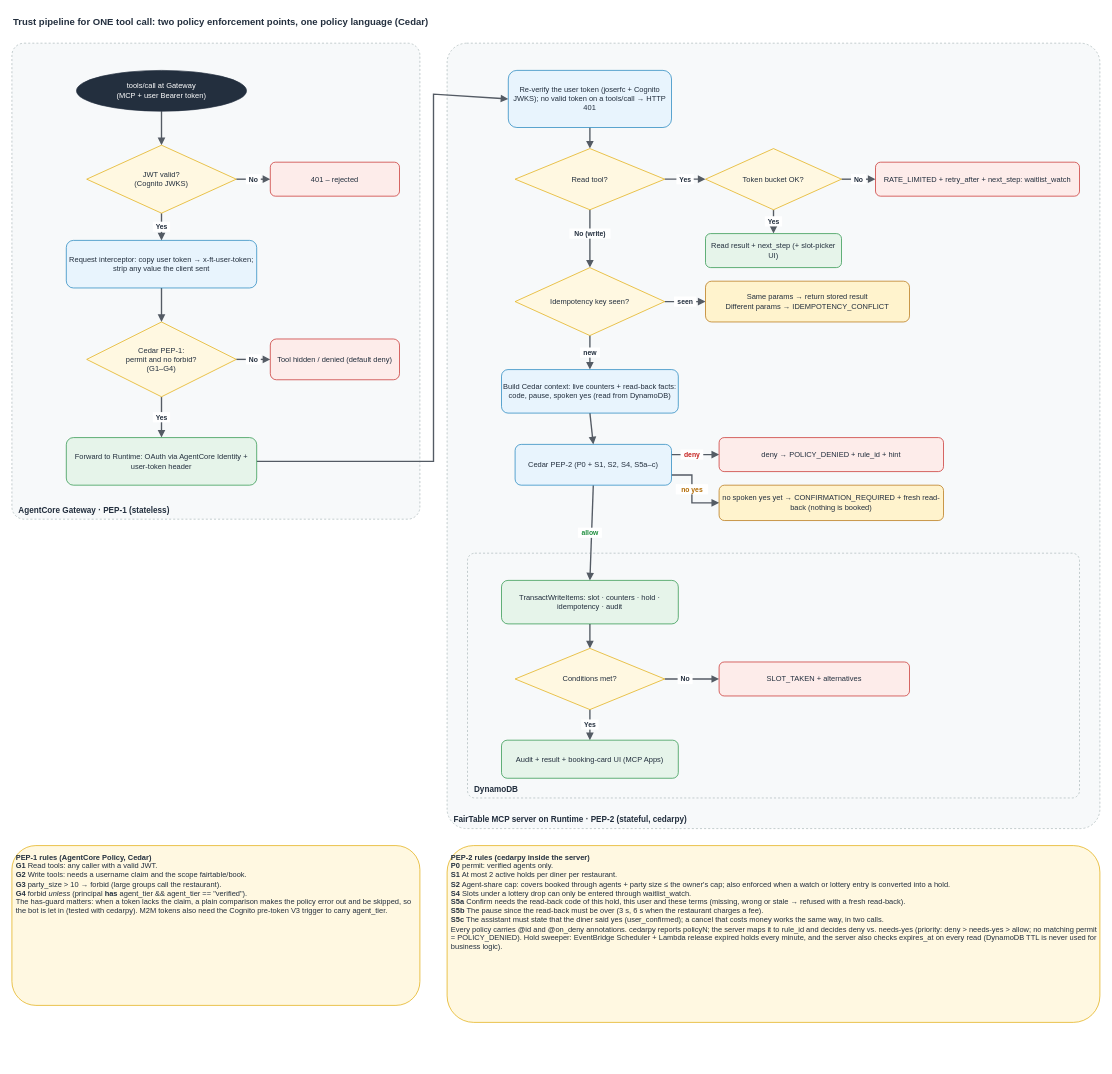
The draw.io diagram page "1. Trust pipeline (2 PEPs)" (1 of 4) of docs/fairtable-flows (1).drawio in thphuc06/FairTable, before the edit. Source tidied: cells renumbered, new cells numbered last; positions are measured from the earlier drawing's top-left corner, leaving out a move shared by most shapes. Both pictures are drawn from the tidied source at 68%, with x=0, y=0 at pixel (12, 12).
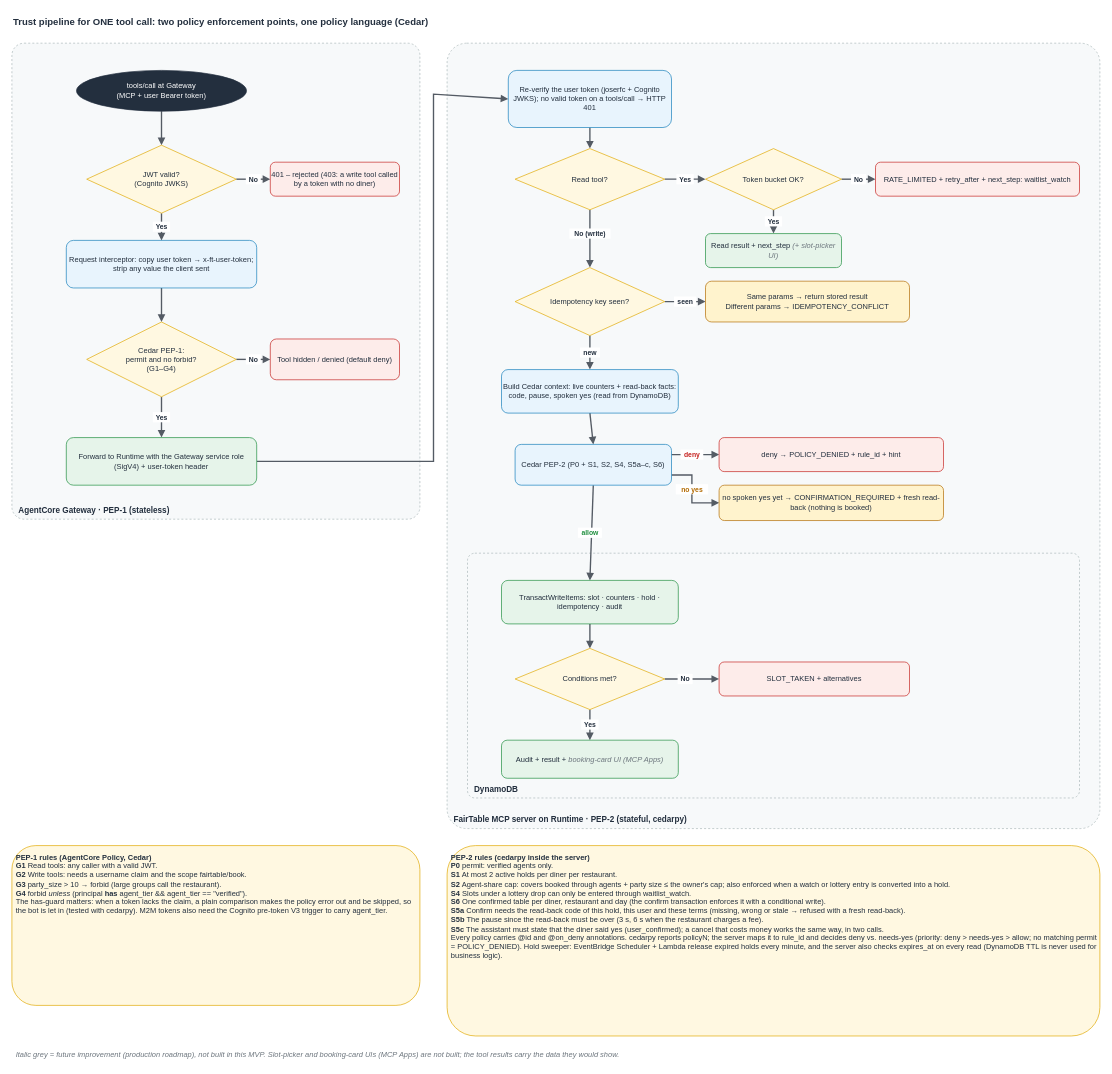
The same diagram, later.

Commit message (it also covers changes not shown here):
Diagrams: mark future improvements and fix stale facts; record the Nova Lite cost correction

The edit, as a diff of the source:
```diff
@@
-    <mxCell id="29" value="401 – rejected" style="rounded=1;whiteSpace=wrap;html=1;fillColor=#FDECEA;strokeColor=#C5221F;fontSize=11;fontColor=#232F3E;" parent="1" vertex="1">
+    <mxCell id="29" value="401 – rejected (403: a write tool called by a token with no diner)" style="rounded=1;whiteSpace=wrap;html=1;fillColor=#FDECEA;strokeColor=#C5221F;fontSize=11;fontColor=#232F3E;" parent="1" vertex="1">
       <mxGeometry x="380" y="221" width="190" height="50" as="geometry" />
     </mxCell>
@@
-    <mxCell id="33" value="Forward to Runtime: OAuth via AgentCore Identity + user-token header" style="rounded=1;whiteSpace=wrap;html=1;fillColor=#E6F4EA;strokeColor=#1E8E3E;fontSize=11;fontColor=#232F3E;" parent="1" vertex="1">
+    <mxCell id="33" value="Forward to Runtime with the Gateway service role (SigV4) + user-token header" style="rounded=1;whiteSpace=wrap;html=1;fillColor=#E6F4EA;strokeColor=#1E8E3E;fontSize=11;fontColor=#232F3E;" parent="1" vertex="1">
       <mxGeometry x="80" y="626" width="280" height="70" as="geometry" />
     </mxCell>
@@
-    <mxCell id="38" value="Read result + next_step (+ slot-picker UI)" style="rounded=1;whiteSpace=wrap;html=1;fillColor=#E6F4EA;strokeColor=#1E8E3E;fontSize=11;fontColor=#232F3E;" parent="1" vertex="1">
+    <mxCell id="38" value="Read result + next_step &lt;i style=&quot;color:#6C757D;&quot;&gt;(+ slot-picker UI)&lt;/i&gt;" style="rounded=1;whiteSpace=wrap;html=1;fillColor=#E6F4EA;strokeColor=#1E8E3E;fontSize=11;fontColor=#232F3E;" parent="1" vertex="1">
       <mxGeometry x="1020" y="326" width="200" height="50" as="geometry" />
     </mxCell>
@@
-    <mxCell id="42" value="Cedar PEP-2 (P0 + S1, S2, S4, S5a–c)" style="rounded=1;whiteSpace=wrap;html=1;fillColor=#E8F4FD;strokeColor=#147EBA;fontSize=11;fontColor=#232F3E;" parent="1" vertex="1">
+    <mxCell id="42" value="Cedar PEP-2 (P0 + S1, S2, S4, S5a–c, S6)" style="rounded=1;whiteSpace=wrap;html=1;fillColor=#E8F4FD;strokeColor=#147EBA;fontSize=11;fontColor=#232F3E;" parent="1" vertex="1">
       <mxGeometry x="740" y="636" width="230" height="60" as="geometry" />
     </mxCell>
@@
-    <mxCell id="48" value="Audit + result + booking-card UI (MCP Apps)" style="rounded=1;whiteSpace=wrap;html=1;fillColor=#E6F4EA;strokeColor=#1E8E3E;fontSize=11;fontColor=#232F3E;" parent="1" vertex="1">
+    <mxCell id="48" value="Audit + result + &lt;i style=&quot;color:#6C757D;&quot;&gt;booking-card UI (MCP Apps)&lt;/i&gt;" style="rounded=1;whiteSpace=wrap;html=1;fillColor=#E6F4EA;strokeColor=#1E8E3E;fontSize=11;fontColor=#232F3E;" parent="1" vertex="1">
       <mxGeometry x="720" y="1071" width="260" height="56" as="geometry" />
     </mxCell>
@@
-    <mxCell id="50" value="&lt;b&gt;PEP-2 rules (cedarpy inside the server)&lt;/b&gt;&lt;br&gt;&lt;b&gt;P0&lt;/b&gt; permit: verified agents only.&lt;br&gt;&lt;b&gt;S1&lt;/b&gt; At most 2 active holds per diner per restaurant.&lt;br&gt;&lt;b&gt;S2&lt;/b&gt; Agent-share cap: covers booked through agents + party size ≤ the owner's cap; also enforced when a watch or lottery entry is converted into a hold.&lt;br&gt;&lt;b&gt;S4&lt;/b&gt; Slots under a lottery drop can only be entered through waitlist_watch.&lt;br&gt;&lt;b&gt;S5a&lt;/b&gt; Confirm needs the read-back code of this hold, this user and these terms (missing, wrong or stale → refused with a fresh read-back).&lt;br&gt;&lt;b&gt;S5b&lt;/b&gt; The pause since the read-back must be over (3 s, 6 s when the restaurant charges a fee).&lt;br&gt;&lt;b&gt;S5c&lt;/b&gt; The assistant must state that the diner said yes (user_confirmed); a cancel that costs money works the same way, in two calls.&lt;br&gt;Every policy carries @id and @on_deny annotations. cedarpy reports policyN; the server maps it to rule_id and decides deny vs. needs-yes (priority: deny &amp;gt; needs-yes &amp;gt; allow; no matching permit = POLICY_DENIED). Hold sweeper: EventBridge Scheduler + Lambda release expired holds every minute, and the server also checks expires_at on every read (DynamoDB TTL is never used for business logic)." style="text;html=1;whiteSpace=wrap;align=left;verticalAlign=top;fontSize=11;spacing=6;fontColor=#232F3E;fillColor=#FFF8E1;strokeColor=#E0A800;rounded=1;" parent="1" vertex="1">
-      <mxGeometry x="640" y="1226" width="960" height="260" as="geometry" />
+    <mxCell id="50" value="&lt;b&gt;PEP-2 rules (cedarpy inside the server)&lt;/b&gt;&lt;br&gt;&lt;b&gt;P0&lt;/b&gt; permit: verified agents only.&lt;br&gt;&lt;b&gt;S1&lt;/b&gt; At most 2 active holds per diner per restaurant.&lt;br&gt;&lt;b&gt;S2&lt;/b&gt; Agent-share cap: covers booked through agents + party size ≤ the owner's cap; also enforced when a watch or lottery entry is converted into a hold.&lt;br&gt;&lt;b&gt;S4&lt;/b&gt; Slots under a lottery drop can only be entered through waitlist_watch.&lt;br&gt;&lt;b&gt;S6&lt;/b&gt; One confirmed table per diner, restaurant and day (the confirm transaction enforces it with a conditional write).&lt;br&gt;&lt;b&gt;S5a&lt;/b&gt; Confirm needs the read-back code of this hold, this user and these terms (missing, wrong or stale → refused with a fresh read-back).&lt;br&gt;&lt;b&gt;S5b&lt;/b&gt; The pause since the read-back must be over (3 s, 6 s when the restaurant charges a fee).&lt;br&gt;&lt;b&gt;S5c&lt;/b&gt; The assistant must state that the diner said yes (user_confirmed); a cancel that costs money works the same way, in two calls.&lt;br&gt;Every policy carries @id and @on_deny annotations. cedarpy reports policyN; the server maps it to rule_id and decides deny vs. needs-yes (priority: deny &amp;gt; needs-yes &amp;gt; allow; no matching permit = POLICY_DENIED). Hold sweeper: EventBridge Scheduler + Lambda release expired holds every minute, and the server also checks expires_at on every read (DynamoDB TTL is never used for business logic)." style="text;html=1;whiteSpace=wrap;align=left;verticalAlign=top;fontSize=11;spacing=6;fontColor=#232F3E;fillColor=#FFF8E1;strokeColor=#E0A800;rounded=1;" parent="1" vertex="1">
+      <mxGeometry x="640" y="1226" width="960" height="280" as="geometry" />
     </mxCell>
@@
+    <mxCell id="66" value="Italic grey = future improvement (production roadmap), not built in this MVP. Slot-picker and booking-card UIs (MCP Apps) are not built; the tool results carry the data they would show." style="text;html=1;whiteSpace=wrap;align=left;verticalAlign=middle;fontSize=11;fontStyle=2;fontColor=#6C757D;spacing=6;" parent="1" vertex="1">
+      <mxGeometry y="1521" width="1500" height="24" as="geometry" />
+    </mxCell>
```
